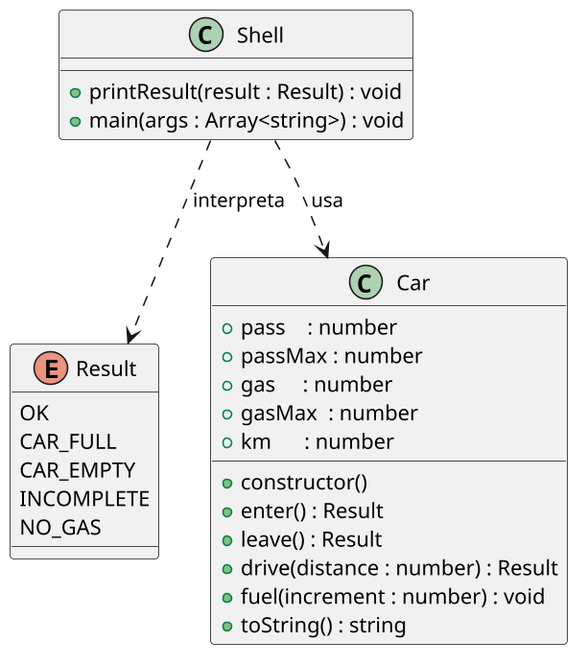
Above: labs/carro/assets/diagrama.png in qxcodepoo/arcade (PlantUML), before the change.
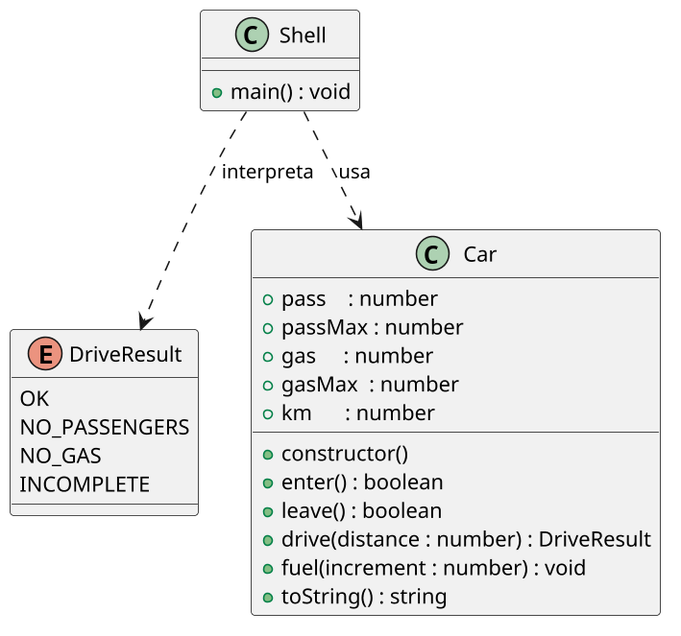
After the commit.

Change to the diagram source:
```diff
@@ -3,12 +3,11 @@
 skinparam defaultFontName "Source Code Pro"
 skinparam dpi 150
 
-enum Result {
+enum DriveResult {
   OK
-  CAR_FULL
-  CAR_EMPTY
+  NO_PASSENGERS
+  NO_GAS
   INCOMPLETE
-  NO_GAS
 }
 
 class Car {
@@ -19,20 +18,19 @@
   + km      : number
   __
   + constructor()
-  + enter() : Result
-  + leave() : Result
-  + drive(distance : number) : Result
+  + enter() : boolean
+  + leave() : boolean
+  + drive(distance : number) : DriveResult
   + fuel(increment : number) : void
   + toString() : string
 }
 
 class Shell {
   __
-  + printResult(result : Result) : void
-  + main(args : Array<string>) : void
+  + main() : void
 }
 
 Shell ..> Car : usa
-Shell ..> Result : interpreta
+Shell ..> DriveResult : interpreta
 
 @enduml
```
